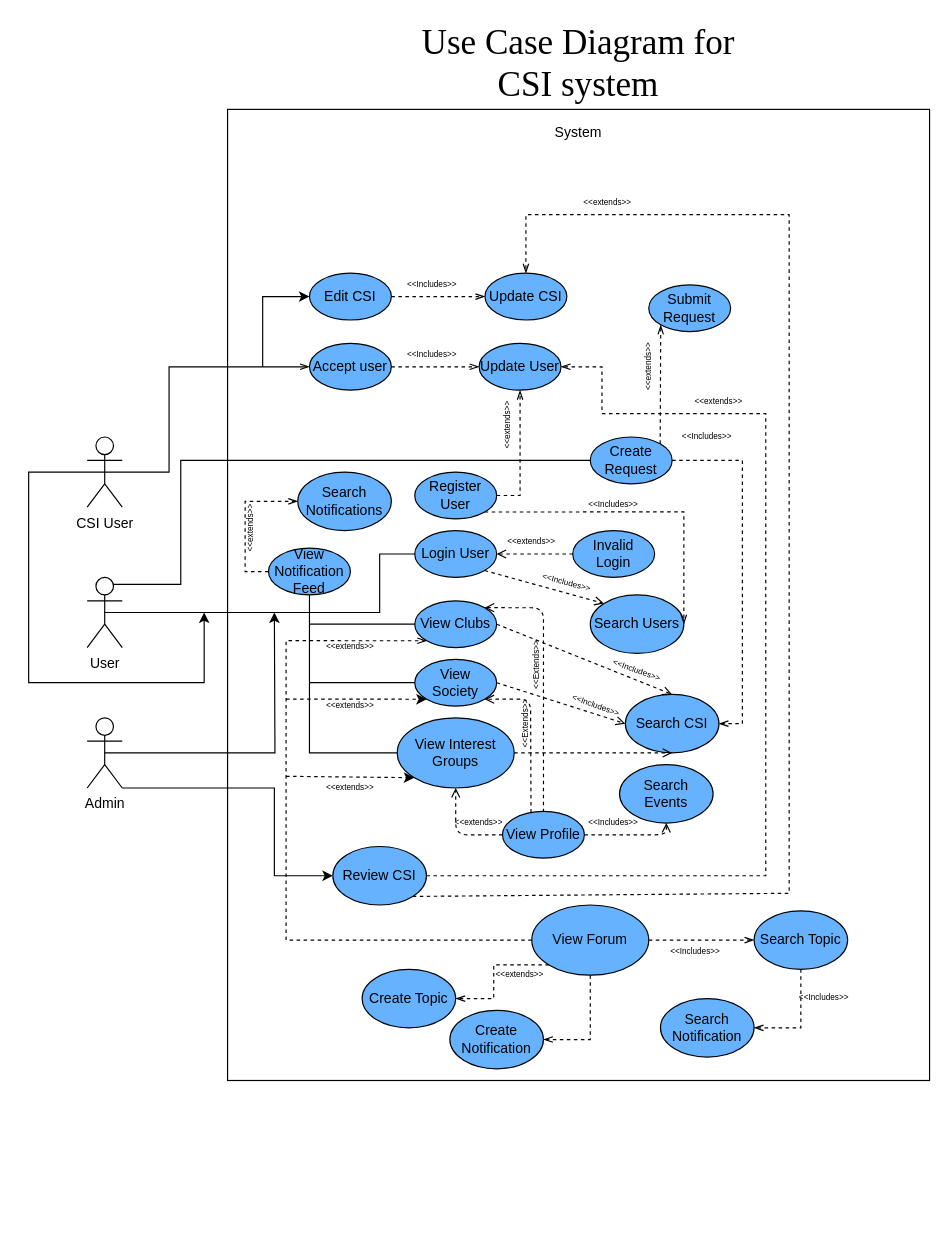
Above: Diagrams/Use_Case_Diagram.drawio in Makizoro/Overclock (draw.io), before the change. Source tidied: cells renumbered, new cells numbered last; positions are measured from the earlier drawing's top-left corner, leaving out a move shared by most shapes. Both pictures are drawn from the tidied source at 117%, with x=0, y=0 at pixel (28, 50).
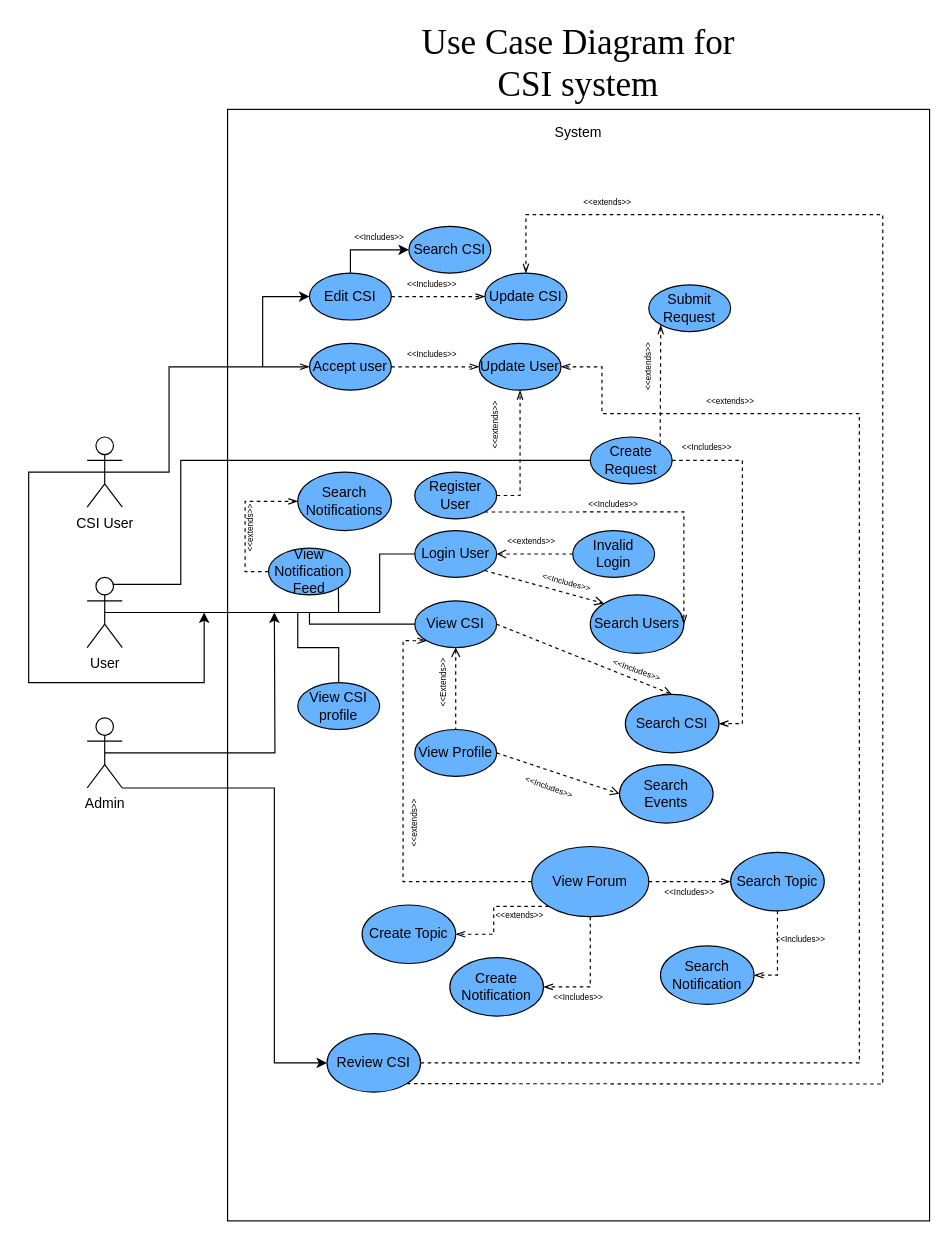
The same diagram, later.

The change refers to these unchanged cells:
```xml
<mxCell id="20" value="&lt;font style=&quot;font-size: 12px&quot;&gt;&lt;font style=&quot;font-size: 12px&quot;&gt;S&lt;/font&gt;earch CSI&lt;/font&gt;" style="ellipse;whiteSpace=wrap;html=1;fillColor=#66B2FF;fontSize=10;" parent="1" vertex="1">
  <mxGeometry x="510" y="550" width="80" height="50" as="geometry" />
</mxCell>
<mxCell id="33" value="&lt;font style=&quot;font-size: 12px&quot;&gt;&lt;font style=&quot;font-size: 12px&quot;&gt;S&lt;/font&gt;earch&lt;br&gt;Events&lt;br&gt;&lt;/font&gt;" style="ellipse;whiteSpace=wrap;html=1;fillColor=#66B2FF;fontSize=10;" parent="1" vertex="1">
  <mxGeometry x="505" y="610" width="80" height="50" as="geometry" />
</mxCell>
<mxCell id="38" value="Admin" style="shape=umlActor;verticalLabelPosition=bottom;labelBackgroundColor=#ffffff;verticalAlign=top;html=1;outlineConnect=0;" parent="1" vertex="1">
  <mxGeometry x="50" y="570" width="30" height="60" as="geometry" />
</mxCell>
<mxCell id="51" value="Edit CSI" style="ellipse;whiteSpace=wrap;html=1;fillColor=#66B2FF;" parent="1" vertex="1">
  <mxGeometry x="240" y="190" width="70" height="40" as="geometry" />
</mxCell>
<mxCell id="53" value="Update CSI" style="ellipse;whiteSpace=wrap;html=1;fillColor=#66B2FF;" parent="1" vertex="1">
  <mxGeometry x="390" y="190" width="70" height="40" as="geometry" />
</mxCell>
<mxCell id="55" value="Update User" style="ellipse;whiteSpace=wrap;html=1;fillColor=#66B2FF;" parent="1" vertex="1">
  <mxGeometry x="385" y="250" width="70" height="40" as="geometry" />
</mxCell>
<mxCell id="69" value="View Notification Feed" style="ellipse;whiteSpace=wrap;html=1;fillColor=#66B2FF;" parent="1" vertex="1">
  <mxGeometry x="205" y="425" width="70" height="40" as="geometry" />
</mxCell>
```

The edit, as a diff of the source:
```diff
@@
     <mxCell id="2" style="rounded=0;whiteSpace=wrap;html=1;fillColor=#FFFFFF;" parent="1" vertex="1">
-      <mxGeometry x="170" y="50" width="600" height="830" as="geometry" />
+      <mxGeometry x="170" y="50" width="600" height="950" as="geometry" />
     </mxCell>
@@
-    <mxCell id="11" value="View Clubs" style="ellipse;whiteSpace=wrap;html=1;fillColor=#66B2FF;" parent="1" vertex="1">
+    <mxCell id="11" value="View CSI" style="ellipse;whiteSpace=wrap;html=1;fillColor=#66B2FF;" parent="1" vertex="1">
       <mxGeometry x="330" y="470" width="70" height="40" as="geometry" />
     </mxCell>
-    <mxCell id="12" value="View Society" style="ellipse;whiteSpace=wrap;html=1;fillColor=#66B2FF;" parent="1" vertex="1">
-      <mxGeometry x="330" y="520" width="70" height="40" as="geometry" />
-    </mxCell>
-    <mxCell id="13" value="View Interest Groups" style="ellipse;whiteSpace=wrap;html=1;fillColor=#66B2FF;" parent="1" vertex="1">
-      <mxGeometry x="315" y="570" width="100" height="60" as="geometry" />
-    </mxCell>
-    <mxCell id="14" style="endArrow=none;html=1;fontSize=10;entryX=0;entryY=0.5;entryDx=0;entryDy=0;rounded=0;" parent="1" edge="1" target="13">
+    <mxCell id="14" style="endArrow=none;html=1;fontSize=10;entryX=0;entryY=0.5;entryDx=0;entryDy=0;rounded=0;" parent="1" edge="1" target="11">
       <mxGeometry relative="1" as="geometry">
         <mxPoint x="240" y="480" as="sourcePoint" />
         <Array as="points">
-          <mxPoint x="240" y="600" />
+          <mxPoint x="240" y="490" />
         </Array>
       </mxGeometry>
     </mxCell>
-    <mxCell id="15" style="endArrow=none;html=1;fontSize=10;exitX=0;exitY=0.5;exitDx=0;exitDy=0;" parent="1" edge="1" source="12">
-      <mxGeometry relative="1" as="geometry">
-        <mxPoint x="240" y="540" as="targetPoint" />
-      </mxGeometry>
-    </mxCell>
-    <mxCell id="16" style="endArrow=none;html=1;fontSize=10;exitX=0;exitY=0.5;exitDx=0;exitDy=0;" parent="1" edge="1" source="11">
-      <mxGeometry relative="1" as="geometry">
-        <mxPoint x="240" y="490" as="targetPoint" />
-      </mxGeometry>
-    </mxCell>
@@
-    <mxCell id="23" style="endArrow=open;dashed=1;html=1;fontSize=10;exitX=1;exitY=0.5;exitDx=0;exitDy=0;entryX=0;entryY=0.5;entryDx=0;entryDy=0;endFill=0;" parent="1" edge="1" source="12" target="20">
-      <mxGeometry relative="1" as="geometry" />
-    </mxCell>
-    <mxCell id="24" value="&amp;lt;&amp;lt;Includes&amp;gt;&amp;gt;" style="text;html=1;strokeColor=none;fillColor=none;align=center;verticalAlign=middle;whiteSpace=wrap;rounded=0;fontSize=7;rotation=20;" parent="1" vertex="1">
-      <mxGeometry x="465" y="550" width="40" height="20" as="geometry" />
-    </mxCell>
-    <mxCell id="25" style="endArrow=open;dashed=1;html=1;fontSize=9;exitX=1;exitY=0.5;exitDx=0;exitDy=0;entryX=0.5;entryY=1;entryDx=0;entryDy=0;endFill=0;" parent="1" edge="1" source="13" target="20">
-      <mxGeometry relative="1" as="geometry" />
-    </mxCell>
     <mxCell id="26" value="View Profile" style="ellipse;whiteSpace=wrap;html=1;fillColor=#66B2FF;" parent="1" vertex="1">
-      <mxGeometry x="405" y="650" width="70" height="40" as="geometry" />
+      <mxGeometry x="330" y="580" width="70" height="40" as="geometry" />
     </mxCell>
-    <mxCell id="27" style="endArrow=none;dashed=1;html=1;fontSize=9;exitX=1;exitY=0;exitDx=0;exitDy=0;startArrow=open;startFill=0;" parent="1" edge="1" source="11">
-      <mxGeometry relative="1" as="geometry">
-        <mxPoint x="440" y="650" as="targetPoint" />
-        <Array as="points">
-          <mxPoint x="440" y="476" />
-        </Array>
-      </mxGeometry>
+    <mxCell id="27" style="endArrow=none;dashed=1;html=1;fontSize=9;exitX=0.5;exitY=1;exitDx=0;exitDy=0;startArrow=open;startFill=0;entryX=0.5;entryY=0;entryDx=0;entryDy=0;" parent="1" edge="1" source="11" target="26">
+      <mxGeometry relative="1" as="geometry" />
     </mxCell>
     <mxCell id="28" value="&amp;lt;&amp;lt;Extends&amp;gt;&amp;gt;" style="text;html=1;strokeColor=none;fillColor=none;align=center;verticalAlign=middle;whiteSpace=wrap;rounded=0;fontSize=7;rotation=-90;" parent="1" vertex="1">
-      <mxGeometry x="415" y="515" width="40" height="20" as="geometry" />
+      <mxGeometry x="335" y="530" width="40" height="20" as="geometry" />
     </mxCell>
-    <mxCell id="29" style="endArrow=open;dashed=1;html=1;fontSize=7;entryX=1;entryY=1;entryDx=0;entryDy=0;exitX=0.348;exitY=0.022;exitDx=0;exitDy=0;exitPerimeter=0;endFill=0;rounded=1;" parent="1" edge="1" source="26" target="12">
-      <mxGeometry relative="1" as="geometry">
-        <Array as="points">
-          <mxPoint x="429" y="554" />
-        </Array>
-      </mxGeometry>
-    </mxCell>
-    <mxCell id="30" value="&amp;lt;&amp;lt;Extends&amp;gt;&amp;gt;" style="text;html=1;strokeColor=none;fillColor=none;align=center;verticalAlign=middle;whiteSpace=wrap;rounded=0;fontSize=7;rotation=-90;" parent="1" vertex="1">
-      <mxGeometry x="405" y="565" width="40" height="20" as="geometry" />
-    </mxCell>
-    <mxCell id="31" style="endArrow=open;dashed=1;html=1;fontSize=7;entryX=0.5;entryY=1;entryDx=0;entryDy=0;exitX=0;exitY=0.5;exitDx=0;exitDy=0;startArrow=none;startFill=0;endFill=0;" parent="1" edge="1" source="26" target="13">
-      <mxGeometry relative="1" as="geometry">
-        <Array as="points">
-          <mxPoint x="365" y="670" />
-        </Array>
-      </mxGeometry>
-    </mxCell>
-    <mxCell id="32" value="&amp;lt;&amp;lt;extends&amp;gt;&amp;gt;" style="text;html=1;strokeColor=none;fillColor=none;align=center;verticalAlign=middle;whiteSpace=wrap;rounded=0;fontSize=7;rotation=0;" parent="1" vertex="1">
-      <mxGeometry x="365" y="650" width="40" height="20" as="geometry" />
-    </mxCell>
@@
-    <mxCell id="34" style="endArrow=open;dashed=1;html=1;fontSize=7;exitX=1;exitY=0.5;exitDx=0;exitDy=0;entryX=0.5;entryY=1;entryDx=0;entryDy=0;startArrow=none;startFill=0;endFill=0;" parent="1" edge="1" source="26" target="33">
-      <mxGeometry relative="1" as="geometry">
-        <Array as="points">
-          <mxPoint x="545" y="670" />
-        </Array>
-      </mxGeometry>
+    <mxCell id="34" style="endArrow=open;dashed=1;html=1;fontSize=7;exitX=1;exitY=0.5;exitDx=0;exitDy=0;entryX=0;entryY=0.5;entryDx=0;entryDy=0;startArrow=none;startFill=0;endFill=0;" parent="1" edge="1" source="26" target="33">
+      <mxGeometry relative="1" as="geometry" />
     </mxCell>
-    <mxCell id="35" value="&amp;lt;&amp;lt;Includes&amp;gt;&amp;gt;" style="text;html=1;strokeColor=none;fillColor=none;align=center;verticalAlign=middle;whiteSpace=wrap;rounded=0;fontSize=7;rotation=0;" parent="1" vertex="1">
-      <mxGeometry x="480" y="650" width="40" height="20" as="geometry" />
+    <mxCell id="35" value="&amp;lt;&amp;lt;Includes&amp;gt;&amp;gt;" style="text;html=1;strokeColor=none;fillColor=none;align=center;verticalAlign=middle;whiteSpace=wrap;rounded=0;fontSize=7;rotation=20;" parent="1" vertex="1">
+      <mxGeometry x="425" y="620" width="40" height="20" as="geometry" />
     </mxCell>
@@
     <mxCell id="37" style="edgeStyle=orthogonalEdgeStyle;rounded=0;jettySize=auto;html=1;exitX=1;exitY=1;exitDx=0;exitDy=0;exitPerimeter=0;entryX=0;entryY=0.5;entryDx=0;entryDy=0;" parent="1" edge="1" source="38" target="64">
       <mxGeometry relative="1" as="geometry">
         <Array as="points">
           <mxPoint x="210" y="630" />
-          <mxPoint x="210" y="705" />
+          <mxPoint x="210" y="865" />
         </Array>
       </mxGeometry>
     </mxCell>
@@
     <mxCell id="45" value="&amp;lt;&amp;lt;Includes&amp;gt;&amp;gt;" style="text;html=1;strokeColor=none;fillColor=none;align=center;verticalAlign=middle;whiteSpace=wrap;rounded=0;fontSize=7;rotation=0;" parent="1" vertex="1">
-      <mxGeometry x="560" y="320" width="40" height="20" as="geometry" />
+      <mxGeometry x="560" y="330" width="40" height="20" as="geometry" />
     </mxCell>
@@
+    <mxCell id="91" style="edgeStyle=orthogonalEdgeStyle;rounded=0;jettySize=auto;html=1;exitX=0.5;exitY=0;exitDx=0;exitDy=0;entryX=0;entryY=0.5;entryDx=0;entryDy=0;" parent="1" edge="1" source="51" target="94">
+      <mxGeometry relative="1" as="geometry" />
+    </mxCell>
@@
     <mxCell id="61" value="&amp;lt;&amp;lt;extends&amp;gt;&amp;gt;" style="text;html=1;strokeColor=none;fillColor=none;align=center;verticalAlign=middle;whiteSpace=wrap;rounded=0;fontSize=7;rotation=-90;" parent="1" vertex="1">
-      <mxGeometry x="390" y="310" width="40" height="20" as="geometry" />
+      <mxGeometry x="380" y="310" width="40" height="20" as="geometry" />
     </mxCell>
     <mxCell id="62" style="edgeStyle=none;rounded=0;jettySize=auto;html=1;exitX=1;exitY=1;exitDx=0;exitDy=0;entryX=0.5;entryY=0;entryDx=0;entryDy=0;endArrow=openThin;endFill=0;fontFamily=Times New Roman;fontSize=30;dashed=1;" parent="1" edge="1" source="64" target="53">
       <mxGeometry relative="1" as="geometry">
         <Array as="points">
-          <mxPoint x="650" y="720" />
-          <mxPoint x="650" y="140" />
+          <mxPoint x="730" y="883" />
+          <mxPoint x="730" y="140" />
           <mxPoint x="425" y="140" />
         </Array>
       </mxGeometry>
     </mxCell>
     <mxCell id="63" style="edgeStyle=none;rounded=0;jettySize=auto;html=1;exitX=1;exitY=0.5;exitDx=0;exitDy=0;entryX=1;entryY=0.5;entryDx=0;entryDy=0;dashed=1;endArrow=openThin;endFill=0;fontFamily=Times New Roman;fontSize=30;" parent="1" edge="1" source="64" target="55">
       <mxGeometry relative="1" as="geometry">
         <Array as="points">
-          <mxPoint x="630" y="705" />
-          <mxPoint x="630" y="310" />
+          <mxPoint x="710" y="865" />
+          <mxPoint x="710" y="310" />
           <mxPoint x="490" y="310" />
           <mxPoint x="490" y="270" />
         </Array>
       </mxGeometry>
     </mxCell>
     <mxCell id="64" value="&lt;span style=&quot;font-size: 12px&quot;&gt;Review CSI&lt;/span&gt;" style="ellipse;whiteSpace=wrap;html=1;fillColor=#66B2FF;fontSize=10;" parent="1" vertex="1">
-      <mxGeometry x="260" y="680" width="80" height="50" as="geometry" />
+      <mxGeometry x="255" y="840" width="80" height="50" as="geometry" />
     </mxCell>
@@
     <mxCell id="66" value="&amp;lt;&amp;lt;extends&amp;gt;&amp;gt;" style="text;html=1;strokeColor=none;fillColor=none;align=center;verticalAlign=middle;whiteSpace=wrap;rounded=0;fontSize=7;rotation=0;" parent="1" vertex="1">
-      <mxGeometry x="570" y="290" width="40" height="20" as="geometry" />
+      <mxGeometry x="580" y="290" width="40" height="20" as="geometry" />
     </mxCell>
@@
+    <mxCell id="92" style="edgeStyle=orthogonalEdgeStyle;rounded=0;jettySize=auto;html=1;exitX=1;exitY=1;exitDx=0;exitDy=0;endArrow=none;endFill=0;" parent="1" edge="1" source="69">
+      <mxGeometry relative="1" as="geometry">
+        <mxPoint x="264.9" y="480" as="targetPoint" />
+      </mxGeometry>
+    </mxCell>
@@
-    <mxCell id="70" style="endArrow=none;html=1;entryX=0.5;entryY=1;entryDx=0;entryDy=0;" parent="1" edge="1" target="69">
-      <mxGeometry relative="1" as="geometry">
-        <mxPoint x="240" y="480" as="sourcePoint" />
-      </mxGeometry>
-    </mxCell>
@@
     <mxCell id="73" style="edgeStyle=orthogonalEdgeStyle;rounded=0;jettySize=auto;html=1;exitX=0;exitY=0.5;exitDx=0;exitDy=0;entryX=0;entryY=1;entryDx=0;entryDy=0;dashed=1;endArrow=openThin;endFill=0;" parent="1" edge="1" source="77" target="11">
       <mxGeometry relative="1" as="geometry">
         <Array as="points">
-          <mxPoint x="220" y="760" />
-          <mxPoint x="220" y="504" />
+          <mxPoint x="320" y="710" />
+          <mxPoint x="320" y="504" />
         </Array>
       </mxGeometry>
     </mxCell>
@@
     <mxCell id="77" value="View Forum" style="ellipse;whiteSpace=wrap;html=1;fillColor=#66B2FF;" parent="1" vertex="1">
-      <mxGeometry x="430" y="730" width="100" height="60" as="geometry" />
+      <mxGeometry x="430" y="680" width="100" height="60" as="geometry" />
     </mxCell>
-    <mxCell id="78" style="endArrow=classic;html=1;dashed=1;entryX=0;entryY=1;entryDx=0;entryDy=0;" parent="1" edge="1" target="12">
-      <mxGeometry relative="1" as="geometry">
-        <mxPoint x="220" y="554" as="sourcePoint" />
-      </mxGeometry>
-    </mxCell>
-    <mxCell id="79" style="endArrow=classic;html=1;dashed=1;entryX=0;entryY=1;entryDx=0;entryDy=0;targetPerimeterSpacing=0;" parent="1" edge="1" target="13">
-      <mxGeometry relative="1" as="geometry">
-        <mxPoint x="220" y="620" as="sourcePoint" />
-      </mxGeometry>
-    </mxCell>
-    <mxCell id="80" value="&amp;lt;&amp;lt;extends&amp;gt;&amp;gt;" style="text;html=1;strokeColor=none;fillColor=none;align=center;verticalAlign=middle;whiteSpace=wrap;rounded=0;fontSize=7;rotation=0;" parent="1" vertex="1">
-      <mxGeometry x="255" y="500" width="40" height="20" as="geometry" />
+    <mxCell id="80" value="&amp;lt;&amp;lt;extends&amp;gt;&amp;gt;" style="text;html=1;strokeColor=none;fillColor=none;align=center;verticalAlign=middle;whiteSpace=wrap;rounded=0;fontSize=7;rotation=-90;" parent="1" vertex="1">
+      <mxGeometry x="310" y="650" width="40" height="20" as="geometry" />
     </mxCell>
-    <mxCell id="81" value="&amp;lt;&amp;lt;extends&amp;gt;&amp;gt;" style="text;html=1;strokeColor=none;fillColor=none;align=center;verticalAlign=middle;whiteSpace=wrap;rounded=0;fontSize=7;rotation=0;" parent="1" vertex="1">
-      <mxGeometry x="255" y="550" width="40" height="20" as="geometry" />
-    </mxCell>
-    <mxCell id="82" value="&amp;lt;&amp;lt;extends&amp;gt;&amp;gt;" style="text;html=1;strokeColor=none;fillColor=none;align=center;verticalAlign=middle;whiteSpace=wrap;rounded=0;fontSize=7;rotation=0;" parent="1" vertex="1">
-      <mxGeometry x="255" y="620" width="40" height="20" as="geometry" />
-    </mxCell>
@@
     <mxCell id="84" value="&lt;span style=&quot;font-size: 12px&quot;&gt;Search Topic&lt;/span&gt;" style="ellipse;whiteSpace=wrap;html=1;fillColor=#66B2FF;fontSize=10;" parent="1" vertex="1">
-      <mxGeometry x="620" y="735" width="80" height="50" as="geometry" />
+      <mxGeometry x="600" y="685" width="80" height="50" as="geometry" />
     </mxCell>
     <mxCell id="85" value="&amp;lt;&amp;lt;Includes&amp;gt;&amp;gt;" style="text;html=1;strokeColor=none;fillColor=none;align=center;verticalAlign=middle;whiteSpace=wrap;rounded=0;fontSize=7;rotation=0;" parent="1" vertex="1">
-      <mxGeometry x="550" y="760" width="40" height="20" as="geometry" />
+      <mxGeometry x="545" y="710" width="40" height="20" as="geometry" />
     </mxCell>
     <mxCell id="86" value="&lt;span style=&quot;font-size: 12px&quot;&gt;Search Notification&lt;/span&gt;" style="ellipse;whiteSpace=wrap;html=1;fillColor=#66B2FF;fontSize=10;" parent="1" vertex="1">
-      <mxGeometry x="540" y="810" width="80" height="50" as="geometry" />
+      <mxGeometry x="540" y="765" width="80" height="50" as="geometry" />
     </mxCell>
     <mxCell id="87" value="&amp;lt;&amp;lt;Includes&amp;gt;&amp;gt;" style="text;html=1;strokeColor=none;fillColor=none;align=center;verticalAlign=middle;whiteSpace=wrap;rounded=0;fontSize=7;rotation=0;" parent="1" vertex="1">
-      <mxGeometry x="660" y="800" width="40" height="20" as="geometry" />
+      <mxGeometry x="640" y="750" width="40" height="20" as="geometry" />
     </mxCell>
     <mxCell id="88" value="&lt;span style=&quot;font-size: 12px&quot;&gt;Create Topic&lt;/span&gt;" style="ellipse;whiteSpace=wrap;html=1;fillColor=#66B2FF;fontSize=10;" parent="1" vertex="1">
-      <mxGeometry x="285" y="785" width="80" height="50" as="geometry" />
+      <mxGeometry x="285" y="730" width="80" height="50" as="geometry" />
     </mxCell>
     <mxCell id="89" value="&amp;lt;&amp;lt;extends&amp;gt;&amp;gt;" style="text;html=1;strokeColor=none;fillColor=none;align=center;verticalAlign=middle;whiteSpace=wrap;rounded=0;fontSize=7;rotation=0;" parent="1" vertex="1">
-      <mxGeometry x="400" y="780" width="40" height="20" as="geometry" />
+      <mxGeometry x="400" y="730" width="40" height="20" as="geometry" />
     </mxCell>
     <mxCell id="90" value="&lt;span style=&quot;font-size: 12px&quot;&gt;Create Notification&lt;/span&gt;" style="ellipse;whiteSpace=wrap;html=1;fillColor=#66B2FF;fontSize=10;" parent="1" vertex="1">
-      <mxGeometry x="360" y="820" width="80" height="50" as="geometry" />
+      <mxGeometry x="360" y="775" width="80" height="50" as="geometry" />
     </mxCell>
+    <mxCell id="93" value="&amp;lt;&amp;lt;Includes&amp;gt;&amp;gt;" style="text;html=1;strokeColor=none;fillColor=none;align=center;verticalAlign=middle;whiteSpace=wrap;rounded=0;fontSize=7;rotation=0;" parent="1" vertex="1">
+      <mxGeometry x="280" y="150" width="40" height="20" as="geometry" />
+    </mxCell>
+    <mxCell id="94" value="Search CSI" style="ellipse;whiteSpace=wrap;html=1;fillColor=#66B2FF;" parent="1" vertex="1">
+      <mxGeometry x="325" y="150" width="70" height="40" as="geometry" />
+    </mxCell>
+    <mxCell id="95" value="&amp;lt;&amp;lt;Includes&amp;gt;&amp;gt;" style="text;html=1;strokeColor=none;fillColor=none;align=center;verticalAlign=middle;whiteSpace=wrap;rounded=0;fontSize=7;rotation=0;" parent="1" vertex="1">
+      <mxGeometry x="450" y="800" width="40" height="20" as="geometry" />
+    </mxCell>
+    <mxCell id="96" value="View CSI profile" style="ellipse;whiteSpace=wrap;html=1;fillColor=#66B2FF;" parent="1" vertex="1">
+      <mxGeometry x="230" y="540" width="70" height="40" as="geometry" />
+    </mxCell>
+    <mxCell id="97" style="endArrow=none;html=1;entryX=0.5;entryY=0;entryDx=0;entryDy=0;rounded=0;" parent="1" edge="1" target="96">
+      <mxGeometry relative="1" as="geometry">
+        <mxPoint x="230" y="480" as="sourcePoint" />
+        <Array as="points">
+          <mxPoint x="230" y="510" />
+          <mxPoint x="265" y="510" />
+        </Array>
+      </mxGeometry>
+    </mxCell>
```
